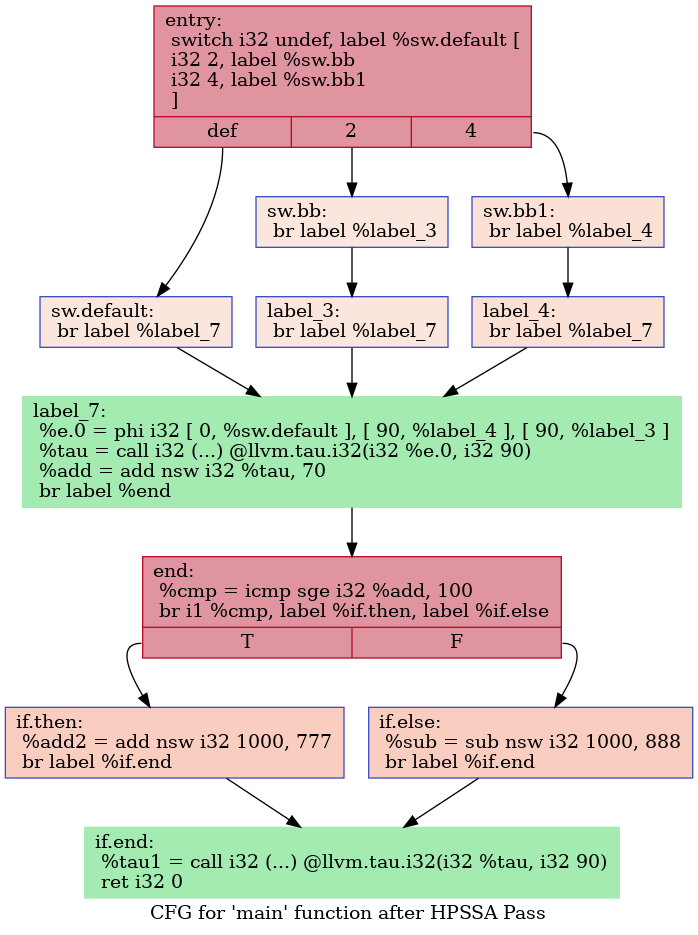
Before: IR/cfg/afterHPSSA.dot.png, a diagram exported from Graphviz (HPSSA-LLVM/HPSSA-LLVM). Its source is kept beside it as IR/cfg/afterHPSSA.dot.
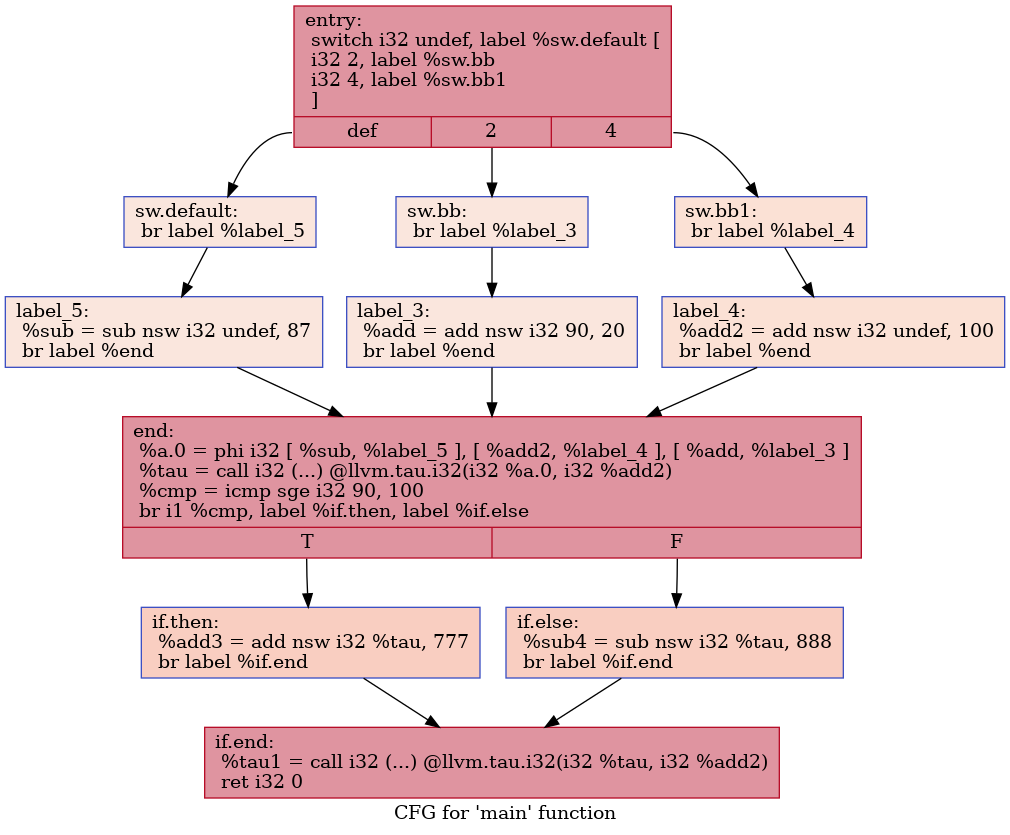
Later version of the same file.

Diff of the diagram source:
```diff
@@ -1,28 +1,28 @@
 digraph "CFG for 'main' function" {
-	label="CFG for 'main' function after HPSSA Pass";
+	label="CFG for 'main' function";
 
-	Node0x55d1094fe880 [shape=record,color="#b70d28ff", style=filled, fillcolor="#b70d2870",label="{entry:\l  switch i32 undef, label %sw.default [\l    i32 2, label %sw.bb\l    i32 4, label %sw.bb1\l  ]\l|{<s0>def|<s1>2|<s2>4}}"];
-	Node0x55d1094fe880:s0 -> Node0x55d1094fede0;
-	Node0x55d1094fe880:s1 -> Node0x55d1094fee60;
-	Node0x55d1094fe880:s2 -> Node0x55d1094fef00;
-	Node0x55d1094fee60 [shape=record,color="#3d50c3ff", style=filled, fillcolor="#f3c7b170",label="{sw.bb:                                            \l  br label %label_3\l}"];
-	Node0x55d1094fee60 -> Node0x55d1094ff090;
-	Node0x55d1094fef00 [shape=record,color="#3d50c3ff", style=filled, fillcolor="#f7bca170",label="{sw.bb1:                                           \l  br label %label_4\l}"];
-	Node0x55d1094fef00 -> Node0x55d1094ff170;
-	Node0x55d1094fede0 [shape=record,color="#3d50c3ff", style=filled, fillcolor="#f3c7b170",label="{sw.default:                                       \l  br label %label_7\l}"];
-	Node0x55d1094fede0 -> Node0x55d1094ff250;
-	Node0x55d1094ff090 [shape=record,color="#3d50c3ff", style=filled, fillcolor="#f3c7b170",label="{label_3:                                          \l  br label %label_7\l}"];
-	Node0x55d1094ff090 -> Node0x55d1094ff250;
-	Node0x55d1094ff170 [shape=record,color="#3d50c3ff", style=filled, fillcolor="#f7bca170",label="{label_4:                                          \l  br label %label_7\l}"];
-	Node0x55d1094ff170 -> Node0x55d1094ff250;
-	Node0x55d1094ff250 [shape=record,color="#A3EBB1", style=filled, fillcolor="#A3EBB1",label="{label_7:                                          \l  %e.0 = phi i32 [ 0, %sw.default ], [ 90, %label_4 ], [ 90, %label_3 ]\l  %tau = call i32 (...) @llvm.tau.i32(i32 %e.0, i32 90)\l  %add = add nsw i32 %tau, 70\l  br label %end\l}"];
-	Node0x55d1094ff250 -> Node0x55d1094ff800;
-	Node0x55d1094ff800 [shape=record,color="#b70d28ff", style=filled, fillcolor="#b70d2870",label="{end:                                              \l  %cmp = icmp sge i32 %add, 100\l  br i1 %cmp, label %if.then, label %if.else\l|{<s0>T|<s1>F}}"];
-	Node0x55d1094ff800:s0 -> Node0x55d1094ff9c0;
-	Node0x55d1094ff800:s1 -> Node0x55d1094ffbd0;
-	Node0x55d1094ff9c0 [shape=record,color="#3d50c3ff", style=filled, fillcolor="#f2907270",label="{if.then:                                          \l  %add2 = add nsw i32 1000, 777\l  br label %if.end\l}"];
-	Node0x55d1094ff9c0 -> Node0x55d1094ffe00;
-	Node0x55d1094ffbd0 [shape=record,color="#3d50c3ff", style=filled, fillcolor="#f2907270",label="{if.else:                                          \l  %sub = sub nsw i32 1000, 888\l  br label %if.end\l}"];
-	Node0x55d1094ffbd0 -> Node0x55d1094ffe00;
-	Node0x55d1094ffe00 [shape=record,color="#A3EBB1", style=filled, fillcolor="#A3EBB1",label="{if.end:                                           \l  %tau1 = call i32 (...) @llvm.tau.i32(i32 %tau, i32 90)\l  ret i32 0\l}"];
+	Node0x557c313aa8c0 [shape=record,color="#b70d28ff", style=filled, fillcolor="#b70d2870",label="{entry:\l  switch i32 undef, label %sw.default [\l    i32 2, label %sw.bb\l    i32 4, label %sw.bb1\l  ]\l|{<s0>def|<s1>2|<s2>4}}"];
+	Node0x557c313aa8c0:s0 -> Node0x557c313aae20;
+	Node0x557c313aa8c0:s1 -> Node0x557c313aaea0;
+	Node0x557c313aa8c0:s2 -> Node0x557c313aaf40;
+	Node0x557c313aaea0 [shape=record,color="#3d50c3ff", style=filled, fillcolor="#f3c7b170",label="{sw.bb:                                            \l  br label %label_3\l}"];
+	Node0x557c313aaea0 -> Node0x557c313ab0d0;
+	Node0x557c313aaf40 [shape=record,color="#3d50c3ff", style=filled, fillcolor="#f7bca170",label="{sw.bb1:                                           \l  br label %label_4\l}"];
+	Node0x557c313aaf40 -> Node0x557c313ab1b0;
+	Node0x557c313aae20 [shape=record,color="#3d50c3ff", style=filled, fillcolor="#f3c7b170",label="{sw.default:                                       \l  br label %label_5\l}"];
+	Node0x557c313aae20 -> Node0x557c313ab290;
+	Node0x557c313ab0d0 [shape=record,color="#3d50c3ff", style=filled, fillcolor="#f3c7b170",label="{label_3:                                          \l  %add = add nsw i32 90, 20\l  br label %end\l}"];
+	Node0x557c313ab0d0 -> Node0x557c313ab480;
+	Node0x557c313ab1b0 [shape=record,color="#3d50c3ff", style=filled, fillcolor="#f7bca170",label="{label_4:                                          \l  %add2 = add nsw i32 undef, 100\l  br label %end\l}"];
+	Node0x557c313ab1b0 -> Node0x557c313ab480;
+	Node0x557c313ab290 [shape=record,color="#3d50c3ff", style=filled, fillcolor="#f3c7b170",label="{label_5:                                          \l  %sub = sub nsw i32 undef, 87\l  br label %end\l}"];
+	Node0x557c313ab290 -> Node0x557c313ab480;
+	Node0x557c313ab480 [shape=record,color="#b70d28ff", style=filled, fillcolor="#b70d2870",label="{end:                                              \l  %a.0 = phi i32 [ %sub, %label_5 ], [ %add2, %label_4 ], [ %add, %label_3 ]\l  %tau = call i32 (...) @llvm.tau.i32(i32 %a.0, i32 %add2)\l  %cmp = icmp sge i32 90, 100\l  br i1 %cmp, label %if.then, label %if.else\l|{<s0>T|<s1>F}}"];
+	Node0x557c313ab480:s0 -> Node0x557c313abd30;
+	Node0x557c313ab480:s1 -> Node0x557c313abda0;
+	Node0x557c313abd30 [shape=record,color="#3d50c3ff", style=filled, fillcolor="#f2907270",label="{if.then:                                          \l  %add3 = add nsw i32 %tau, 777\l  br label %if.end\l}"];
+	Node0x557c313abd30 -> Node0x557c313abfa0;
+	Node0x557c313abda0 [shape=record,color="#3d50c3ff", style=filled, fillcolor="#f2907270",label="{if.else:                                          \l  %sub4 = sub nsw i32 %tau, 888\l  br label %if.end\l}"];
+	Node0x557c313abda0 -> Node0x557c313abfa0;
+	Node0x557c313abfa0 [shape=record,color="#b70d28ff", style=filled, fillcolor="#b70d2870",label="{if.end:                                           \l  %tau1 = call i32 (...) @llvm.tau.i32(i32 %tau, i32 %add2)\l  ret i32 0\l}"];
 }
```
